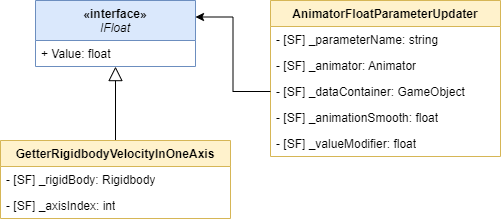
The draw.io diagram Documentation/AnimationControllerSystem.png in MateoRyhr/prevail_fps-zombie-unity, before a commit. Source tidied: cells renumbered, new cells last; positions are measured from the earlier drawing's top-left corner, leaving out a move shared by most shapes. Its diagram source:
```xml
<mxGraphModel>
  <root>
    <mxCell id="0" />
    <mxCell id="1" parent="0" />
    <mxCell id="2" style="edgeStyle=orthogonalEdgeStyle;rounded=0;jettySize=auto;html=1;entryX=0.494;entryY=1.002;entryDx=0;entryDy=0;entryPerimeter=0;endSize=12;endArrow=block;endFill=0;" parent="1" edge="1" source="3" target="7">
      <mxGeometry relative="1" as="geometry">
        <Array as="points">
          <mxPoint x="115" y="66" />
        </Array>
      </mxGeometry>
    </mxCell>
    <mxCell id="3" value="GetterRigidbodyVelocityInOneAxis" style="swimlane;fontStyle=1;align=center;verticalAlign=top;horizontal=1;startSize=26;whiteSpace=wrap;html=1;fillColor=#fff2cc;strokeColor=#d6b656;" parent="1" vertex="1">
      <mxGeometry y="140" width="230" height="78" as="geometry" />
    </mxCell>
    <mxCell id="4" value="- [SF] _rigidBody: Rigidbody" style="text;strokeColor=none;fillColor=none;align=left;verticalAlign=top;spacingLeft=4;spacingRight=4;overflow=hidden;whiteSpace=wrap;html=1;" parent="3" vertex="1">
      <mxGeometry y="26" width="230" height="26" as="geometry" />
    </mxCell>
    <mxCell id="5" value="- [SF] _axisIndex: int" style="text;strokeColor=none;fillColor=none;align=left;verticalAlign=top;spacingLeft=4;spacingRight=4;overflow=hidden;whiteSpace=wrap;html=1;" parent="3" vertex="1">
      <mxGeometry y="52" width="230" height="26" as="geometry" />
    </mxCell>
    <mxCell id="6" value="«interface»&lt;br style=&quot;border-color: var(--border-color); font-weight: 400;&quot;&gt;&lt;i style=&quot;border-color: var(--border-color); font-weight: 400;&quot;&gt;IFloat&lt;/i&gt;" style="swimlane;fontStyle=1;align=center;verticalAlign=top;horizontal=1;startSize=40;whiteSpace=wrap;html=1;fillColor=#dae8fc;strokeColor=#6c8ebf;" parent="1" vertex="1">
      <mxGeometry x="35" width="160" height="66" as="geometry" />
    </mxCell>
    <mxCell id="7" value="+ Value: float" style="text;strokeColor=none;fillColor=none;align=left;verticalAlign=top;spacingLeft=4;spacingRight=4;overflow=hidden;points=[[0,0.5],[1,0.5]];portConstraint=eastwest;whiteSpace=wrap;html=1;" parent="6" vertex="1">
      <mxGeometry y="40" width="160" height="26" as="geometry" />
    </mxCell>
    <mxCell id="8" value="AnimatorFloatParameterUpdater" style="swimlane;fontStyle=1;align=center;verticalAlign=top;horizontal=1;startSize=26;whiteSpace=wrap;html=1;fillColor=#fff2cc;strokeColor=#d6b656;" parent="1" vertex="1">
      <mxGeometry x="270" width="230" height="156" as="geometry" />
    </mxCell>
    <mxCell id="9" value="- [SF] _parameterName: string" style="text;strokeColor=none;fillColor=none;align=left;verticalAlign=top;spacingLeft=4;spacingRight=4;overflow=hidden;whiteSpace=wrap;html=1;" parent="8" vertex="1">
      <mxGeometry y="26" width="230" height="26" as="geometry" />
    </mxCell>
    <mxCell id="10" value="- [SF] _animator: Animator" style="text;strokeColor=none;fillColor=none;align=left;verticalAlign=top;spacingLeft=4;spacingRight=4;overflow=hidden;whiteSpace=wrap;html=1;" parent="8" vertex="1">
      <mxGeometry y="52" width="230" height="26" as="geometry" />
    </mxCell>
    <mxCell id="11" value="- [SF] _dataContainer: GameObject" style="text;strokeColor=none;fillColor=none;align=left;verticalAlign=top;spacingLeft=4;spacingRight=4;overflow=hidden;points=[[0,0.5],[1,0.5]];portConstraint=eastwest;whiteSpace=wrap;html=1;" parent="8" vertex="1">
      <mxGeometry y="78" width="230" height="26" as="geometry" />
    </mxCell>
    <mxCell id="12" value="- [SF] _animationSmooth: float" style="text;strokeColor=none;fillColor=none;align=left;verticalAlign=top;spacingLeft=4;spacingRight=4;overflow=hidden;whiteSpace=wrap;html=1;" parent="8" vertex="1">
      <mxGeometry y="104" width="230" height="26" as="geometry" />
    </mxCell>
    <mxCell id="13" value="- [SF] _valueModifier: float" style="text;strokeColor=none;fillColor=none;align=left;verticalAlign=top;spacingLeft=4;spacingRight=4;overflow=hidden;whiteSpace=wrap;html=1;" parent="8" vertex="1">
      <mxGeometry y="130" width="230" height="26" as="geometry" />
    </mxCell>
    <mxCell id="14" style="edgeStyle=orthogonalEdgeStyle;rounded=0;jettySize=auto;html=1;exitX=0;exitY=0.5;exitDx=0;exitDy=0;entryX=1;entryY=0.25;entryDx=0;entryDy=0;" parent="1" edge="1" source="11" target="6">
      <mxGeometry relative="1" as="geometry" />
    </mxCell>
  </root>
</mxGraphModel>
```
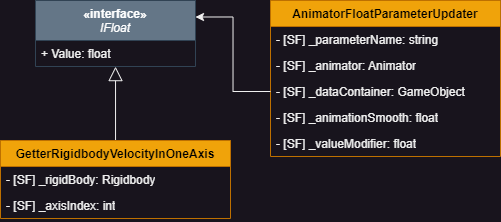
Later version of the same file.

What changed in the source:
```diff
@@ -9,7 +9,7 @@
         </Array>
       </mxGeometry>
     </mxCell>
-    <mxCell id="3" value="GetterRigidbodyVelocityInOneAxis" style="swimlane;fontStyle=1;align=center;verticalAlign=top;horizontal=1;startSize=26;whiteSpace=wrap;html=1;fillColor=#fff2cc;strokeColor=#d6b656;" parent="1" vertex="1">
+    <mxCell id="3" value="GetterRigidbodyVelocityInOneAxis" style="swimlane;fontStyle=1;align=center;verticalAlign=top;horizontal=1;startSize=26;whiteSpace=wrap;html=1;fillColor=#f0a30a;strokeColor=#BD7000;fontColor=#000000;" parent="1" vertex="1">
       <mxGeometry y="140" width="230" height="78" as="geometry" />
     </mxCell>
     <mxCell id="4" value="- [SF] _rigidBody: Rigidbody" style="text;strokeColor=none;fillColor=none;align=left;verticalAlign=top;spacingLeft=4;spacingRight=4;overflow=hidden;whiteSpace=wrap;html=1;" parent="3" vertex="1">
@@ -18,13 +18,13 @@
     <mxCell id="5" value="- [SF] _axisIndex: int" style="text;strokeColor=none;fillColor=none;align=left;verticalAlign=top;spacingLeft=4;spacingRight=4;overflow=hidden;whiteSpace=wrap;html=1;" parent="3" vertex="1">
       <mxGeometry y="52" width="230" height="26" as="geometry" />
     </mxCell>
-    <mxCell id="6" value="«interface»&lt;br style=&quot;border-color: var(--border-color); font-weight: 400;&quot;&gt;&lt;i style=&quot;border-color: var(--border-color); font-weight: 400;&quot;&gt;IFloat&lt;/i&gt;" style="swimlane;fontStyle=1;align=center;verticalAlign=top;horizontal=1;startSize=40;whiteSpace=wrap;html=1;fillColor=#dae8fc;strokeColor=#6c8ebf;" parent="1" vertex="1">
+    <mxCell id="6" value="«interface»&lt;br style=&quot;border-color: var(--border-color); font-weight: 400;&quot;&gt;&lt;i style=&quot;border-color: var(--border-color); font-weight: 400;&quot;&gt;IFloat&lt;/i&gt;" style="swimlane;fontStyle=1;align=center;verticalAlign=top;horizontal=1;startSize=40;whiteSpace=wrap;html=1;fillColor=#647687;strokeColor=#314354;fontColor=#ffffff;" parent="1" vertex="1">
       <mxGeometry x="35" width="160" height="66" as="geometry" />
     </mxCell>
     <mxCell id="7" value="+ Value: float" style="text;strokeColor=none;fillColor=none;align=left;verticalAlign=top;spacingLeft=4;spacingRight=4;overflow=hidden;points=[[0,0.5],[1,0.5]];portConstraint=eastwest;whiteSpace=wrap;html=1;" parent="6" vertex="1">
       <mxGeometry y="40" width="160" height="26" as="geometry" />
     </mxCell>
-    <mxCell id="8" value="AnimatorFloatParameterUpdater" style="swimlane;fontStyle=1;align=center;verticalAlign=top;horizontal=1;startSize=26;whiteSpace=wrap;html=1;fillColor=#fff2cc;strokeColor=#d6b656;" parent="1" vertex="1">
+    <mxCell id="8" value="AnimatorFloatParameterUpdater" style="swimlane;fontStyle=1;align=center;verticalAlign=top;horizontal=1;startSize=26;whiteSpace=wrap;html=1;fillColor=#f0a30a;strokeColor=#BD7000;fontColor=#000000;" parent="1" vertex="1">
       <mxGeometry x="270" width="230" height="156" as="geometry" />
     </mxCell>
     <mxCell id="9" value="- [SF] _parameterName: string" style="text;strokeColor=none;fillColor=none;align=left;verticalAlign=top;spacingLeft=4;spacingRight=4;overflow=hidden;whiteSpace=wrap;html=1;" parent="8" vertex="1">
```
